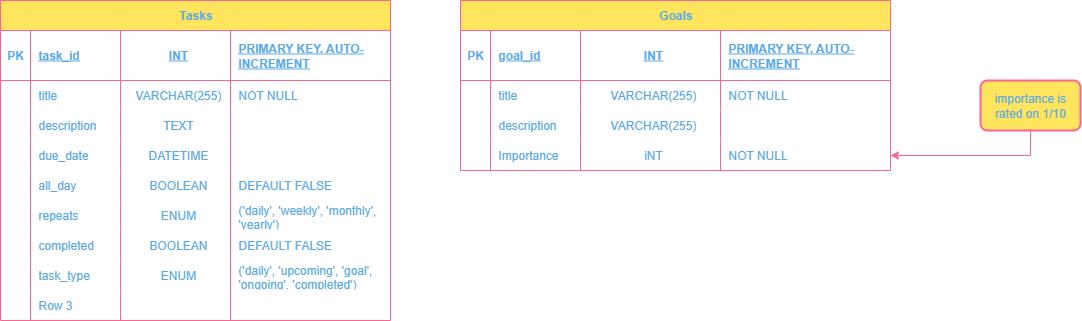
Above: database.drawio.png in EBBD88/ToDo-list-Flask (draw.io), before the change. Source tidied: cells renumbered, new cells last; positions are measured from the earlier drawing's top-left corner, leaving out a move shared by most shapes.
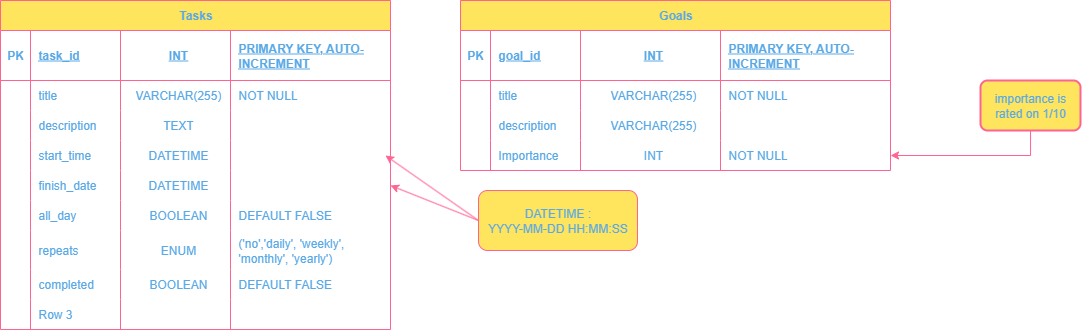
Above is the later version.

Diff of the diagram source:
```diff
@@ -3,7 +3,7 @@
     <mxCell id="0" />
     <mxCell id="1" parent="0" />
     <mxCell id="2" value="Tasks" style="shape=table;startSize=30;rowLines=0;fontStyle=1;align=center;html=1;labelBackgroundColor=none;fillColor=#FFE45E;strokeColor=#FF6392;fontColor=#5AA9E6;" parent="1" vertex="1">
-      <mxGeometry width="390" height="320" as="geometry" />
+      <mxGeometry width="390" height="329" as="geometry" />
     </mxCell>
     <mxCell id="3" style="shape=tableRow;horizontal=0;startSize=0;swimlaneHead=0;swimlaneBody=0;fillColor=none;top=0;left=0;right=0;bottom=1;labelBackgroundColor=none;strokeColor=#FF6392;fontColor=#5AA9E6;" parent="2" vertex="1">
       <mxGeometry y="30" width="390" height="50" as="geometry" />
@@ -56,7 +56,7 @@
     <mxCell id="19" style="shape=partialRectangle;fillColor=none;top=0;left=0;bottom=0;right=0;overflow=hidden;whiteSpace=wrap;html=1;labelBackgroundColor=none;strokeColor=#FF6392;fontColor=#5AA9E6;" parent="18" vertex="1">
       <mxGeometry width="30" height="30" as="geometry" />
     </mxCell>
-    <mxCell id="20" value="due_date" style="shape=partialRectangle;fillColor=none;top=0;left=0;bottom=0;right=0;align=left;spacingLeft=6;overflow=hidden;whiteSpace=wrap;html=1;labelBackgroundColor=none;strokeColor=#FF6392;fontColor=#5AA9E6;" parent="18" vertex="1">
+    <mxCell id="20" value="start_time" style="shape=partialRectangle;fillColor=none;top=0;left=0;bottom=0;right=0;align=left;spacingLeft=6;overflow=hidden;whiteSpace=wrap;html=1;labelBackgroundColor=none;strokeColor=#FF6392;fontColor=#5AA9E6;" parent="18" vertex="1">
       <mxGeometry x="30" width="90" height="30" as="geometry" />
     </mxCell>
     <mxCell id="21" value="DATETIME" style="shape=partialRectangle;fillColor=none;top=0;left=0;bottom=0;right=0;align=center;spacingLeft=6;overflow=hidden;whiteSpace=wrap;html=1;labelBackgroundColor=none;strokeColor=#FF6392;fontColor=#5AA9E6;" parent="18" vertex="1">
@@ -65,8 +65,23 @@
     <mxCell id="22" style="shape=partialRectangle;fillColor=none;top=0;left=0;bottom=0;right=0;align=left;spacingLeft=6;overflow=hidden;whiteSpace=wrap;html=1;labelBackgroundColor=none;strokeColor=#FF6392;fontColor=#5AA9E6;" parent="18" vertex="1">
       <mxGeometry x="230" width="160" height="30" as="geometry" />
     </mxCell>
+    <mxCell id="71" style="shape=tableRow;horizontal=0;startSize=0;swimlaneHead=0;swimlaneBody=0;fillColor=none;points=[[0,0.5],[1,0.5]];portConstraint=eastwest;top=0;left=0;right=0;bottom=0;labelBackgroundColor=none;strokeColor=#FF6392;fontColor=#5AA9E6;" parent="2" vertex="1">
+      <mxGeometry y="170" width="390" height="30" as="geometry" />
+    </mxCell>
+    <mxCell id="39" style="shape=partialRectangle;fillColor=none;top=0;left=0;bottom=0;right=0;overflow=hidden;whiteSpace=wrap;html=1;labelBackgroundColor=none;strokeColor=#FF6392;fontColor=#5AA9E6;" parent="71" vertex="1">
+      <mxGeometry width="30" height="30" as="geometry" />
+    </mxCell>
+    <mxCell id="72" value="finish_date" style="shape=partialRectangle;fillColor=none;top=0;left=0;bottom=0;right=0;align=left;spacingLeft=6;overflow=hidden;whiteSpace=wrap;html=1;labelBackgroundColor=none;strokeColor=#FF6392;fontColor=#5AA9E6;" parent="71" vertex="1">
+      <mxGeometry x="30" width="90" height="30" as="geometry" />
+    </mxCell>
+    <mxCell id="73" value="DATETIME" style="shape=partialRectangle;fillColor=none;top=0;left=0;bottom=0;right=0;align=center;spacingLeft=6;overflow=hidden;whiteSpace=wrap;html=1;labelBackgroundColor=none;strokeColor=#FF6392;fontColor=#5AA9E6;" parent="71" vertex="1">
+      <mxGeometry x="120" width="110" height="30" as="geometry" />
+    </mxCell>
+    <mxCell id="74" style="shape=partialRectangle;fillColor=none;top=0;left=0;bottom=0;right=0;align=left;spacingLeft=6;overflow=hidden;whiteSpace=wrap;html=1;labelBackgroundColor=none;strokeColor=#FF6392;fontColor=#5AA9E6;" parent="71" vertex="1">
+      <mxGeometry x="230" width="160" height="30" as="geometry" />
+    </mxCell>
     <mxCell id="23" style="shape=tableRow;horizontal=0;startSize=0;swimlaneHead=0;swimlaneBody=0;fillColor=none;top=0;left=0;right=0;bottom=0;labelBackgroundColor=none;strokeColor=#FF6392;fontColor=#5AA9E6;" parent="2" vertex="1">
-      <mxGeometry y="170" width="390" height="30" as="geometry" />
+      <mxGeometry y="200" width="390" height="30" as="geometry" />
     </mxCell>
     <mxCell id="24" style="shape=partialRectangle;fillColor=none;top=0;left=0;bottom=0;right=0;overflow=hidden;whiteSpace=wrap;html=1;labelBackgroundColor=none;strokeColor=#FF6392;fontColor=#5AA9E6;" parent="23" vertex="1">
       <mxGeometry width="30" height="30" as="geometry" />
@@ -81,22 +96,22 @@
       <mxGeometry x="230" width="160" height="30" as="geometry" />
     </mxCell>
     <mxCell id="28" style="shape=tableRow;horizontal=0;startSize=0;swimlaneHead=0;swimlaneBody=0;fillColor=none;top=0;left=0;right=0;bottom=0;labelBackgroundColor=none;strokeColor=#FF6392;fontColor=#5AA9E6;" parent="2" vertex="1">
-      <mxGeometry y="200" width="390" height="30" as="geometry" />
+      <mxGeometry y="230" width="390" height="39" as="geometry" />
     </mxCell>
     <mxCell id="29" style="shape=partialRectangle;fillColor=none;top=0;left=0;bottom=0;right=0;overflow=hidden;whiteSpace=wrap;html=1;labelBackgroundColor=none;strokeColor=#FF6392;fontColor=#5AA9E6;" parent="28" vertex="1">
-      <mxGeometry width="30" height="30" as="geometry" />
+      <mxGeometry width="30" height="39" as="geometry" />
     </mxCell>
     <mxCell id="30" value="repeats" style="shape=partialRectangle;fillColor=none;top=0;left=0;bottom=0;right=0;align=left;spacingLeft=6;overflow=hidden;whiteSpace=wrap;html=1;labelBackgroundColor=none;strokeColor=#FF6392;fontColor=#5AA9E6;" parent="28" vertex="1">
-      <mxGeometry x="30" width="90" height="30" as="geometry" />
+      <mxGeometry x="30" width="90" height="39" as="geometry" />
     </mxCell>
     <mxCell id="31" value="ENUM" style="shape=partialRectangle;fillColor=none;top=0;left=0;bottom=0;right=0;align=center;spacingLeft=6;overflow=hidden;whiteSpace=wrap;html=1;labelBackgroundColor=none;strokeColor=#FF6392;fontColor=#5AA9E6;" parent="28" vertex="1">
-      <mxGeometry x="120" width="110" height="30" as="geometry" />
+      <mxGeometry x="120" width="110" height="39" as="geometry" />
     </mxCell>
-    <mxCell id="32" value="('daily', 'weekly', 'monthly', 'yearly')&amp;nbsp;" style="shape=partialRectangle;fillColor=none;top=0;left=0;bottom=0;right=0;align=left;spacingLeft=6;overflow=hidden;whiteSpace=wrap;html=1;labelBackgroundColor=none;strokeColor=#FF6392;fontColor=#5AA9E6;" parent="28" vertex="1">
-      <mxGeometry x="230" width="160" height="30" as="geometry" />
+    <mxCell id="32" value="('no','daily', 'weekly', 'monthly', 'yearly')&amp;nbsp;" style="shape=partialRectangle;fillColor=none;top=0;left=0;bottom=0;right=0;align=left;spacingLeft=6;overflow=hidden;whiteSpace=wrap;html=1;labelBackgroundColor=none;strokeColor=#FF6392;fontColor=#5AA9E6;" parent="28" vertex="1">
+      <mxGeometry x="230" width="160" height="39" as="geometry" />
     </mxCell>
     <mxCell id="33" style="shape=tableRow;horizontal=0;startSize=0;swimlaneHead=0;swimlaneBody=0;fillColor=none;top=0;left=0;right=0;bottom=0;labelBackgroundColor=none;strokeColor=#FF6392;fontColor=#5AA9E6;" parent="2" vertex="1">
-      <mxGeometry y="230" width="390" height="30" as="geometry" />
+      <mxGeometry y="269" width="390" height="30" as="geometry" />
     </mxCell>
     <mxCell id="34" style="shape=partialRectangle;fillColor=none;top=0;left=0;bottom=0;right=0;overflow=hidden;whiteSpace=wrap;html=1;labelBackgroundColor=none;strokeColor=#FF6392;fontColor=#5AA9E6;" parent="33" vertex="1">
       <mxGeometry width="30" height="30" as="geometry" />
@@ -110,23 +125,8 @@
     <mxCell id="37" value="DEFAULT FALSE" style="shape=partialRectangle;fillColor=none;top=0;left=0;bottom=0;right=0;align=left;spacingLeft=6;overflow=hidden;whiteSpace=wrap;html=1;labelBackgroundColor=none;strokeColor=#FF6392;fontColor=#5AA9E6;" parent="33" vertex="1">
       <mxGeometry x="230" width="160" height="30" as="geometry" />
     </mxCell>
-    <mxCell id="38" style="shape=tableRow;horizontal=0;startSize=0;swimlaneHead=0;swimlaneBody=0;fillColor=none;top=0;left=0;right=0;bottom=0;labelBackgroundColor=none;strokeColor=#FF6392;fontColor=#5AA9E6;" parent="2" vertex="1">
-      <mxGeometry y="260" width="390" height="30" as="geometry" />
-    </mxCell>
-    <mxCell id="39" style="shape=partialRectangle;fillColor=none;top=0;left=0;bottom=0;right=0;overflow=hidden;whiteSpace=wrap;html=1;labelBackgroundColor=none;strokeColor=#FF6392;fontColor=#5AA9E6;" parent="38" vertex="1">
-      <mxGeometry width="30" height="30" as="geometry" />
-    </mxCell>
-    <mxCell id="40" value="task_type&lt;span style=&quot;white-space: pre;&quot;&gt;&#9;&lt;/span&gt;" style="shape=partialRectangle;fillColor=none;top=0;left=0;bottom=0;right=0;align=left;spacingLeft=6;overflow=hidden;whiteSpace=wrap;html=1;labelBackgroundColor=none;strokeColor=#FF6392;fontColor=#5AA9E6;" parent="38" vertex="1">
-      <mxGeometry x="30" width="90" height="30" as="geometry" />
-    </mxCell>
-    <mxCell id="41" value="ENUM" style="shape=partialRectangle;fillColor=none;top=0;left=0;bottom=0;right=0;align=center;spacingLeft=6;overflow=hidden;whiteSpace=wrap;html=1;labelBackgroundColor=none;strokeColor=#FF6392;fontColor=#5AA9E6;" parent="38" vertex="1">
-      <mxGeometry x="120" width="110" height="30" as="geometry" />
-    </mxCell>
-    <mxCell id="42" value="('daily', 'upcoming', 'goal', 'ongoing', 'completed')" style="shape=partialRectangle;fillColor=none;top=0;left=0;bottom=0;right=0;align=left;spacingLeft=6;overflow=hidden;whiteSpace=wrap;html=1;labelBackgroundColor=none;strokeColor=#FF6392;fontColor=#5AA9E6;" parent="38" vertex="1">
-      <mxGeometry x="230" width="160" height="30" as="geometry" />
-    </mxCell>
     <mxCell id="43" style="shape=tableRow;horizontal=0;startSize=0;swimlaneHead=0;swimlaneBody=0;fillColor=none;top=0;left=0;right=0;bottom=0;labelBackgroundColor=none;strokeColor=#FF6392;fontColor=#5AA9E6;" parent="2" vertex="1">
-      <mxGeometry y="290" width="390" height="30" as="geometry" />
+      <mxGeometry y="299" width="390" height="30" as="geometry" />
     </mxCell>
     <mxCell id="44" style="shape=partialRectangle;fillColor=none;top=0;left=0;bottom=0;right=0;overflow=hidden;whiteSpace=wrap;html=1;labelBackgroundColor=none;strokeColor=#FF6392;fontColor=#5AA9E6;" parent="43" vertex="1">
       <mxGeometry width="30" height="30" as="geometry" />
@@ -197,7 +197,7 @@
     <mxCell id="66" value="Importance" style="shape=partialRectangle;fillColor=none;top=0;left=0;bottom=0;right=0;align=left;spacingLeft=6;overflow=hidden;whiteSpace=wrap;html=1;labelBackgroundColor=none;strokeColor=#FF6392;fontColor=#5AA9E6;" parent="64" vertex="1">
       <mxGeometry x="30" width="90" height="30" as="geometry" />
     </mxCell>
-    <mxCell id="67" value="iNT" style="shape=partialRectangle;fillColor=none;top=0;left=0;bottom=0;right=0;align=center;spacingLeft=6;overflow=hidden;whiteSpace=wrap;html=1;labelBackgroundColor=none;strokeColor=#FF6392;fontColor=#5AA9E6;" parent="64" vertex="1">
+    <mxCell id="67" value="INT" style="shape=partialRectangle;fillColor=none;top=0;left=0;bottom=0;right=0;align=center;spacingLeft=6;overflow=hidden;whiteSpace=wrap;html=1;labelBackgroundColor=none;strokeColor=#FF6392;fontColor=#5AA9E6;" parent="64" vertex="1">
       <mxGeometry x="120" width="140" height="30" as="geometry" />
     </mxCell>
     <mxCell id="68" value="NOT NULL" style="shape=partialRectangle;fillColor=none;top=0;left=0;bottom=0;right=0;align=left;spacingLeft=6;overflow=hidden;whiteSpace=wrap;html=1;labelBackgroundColor=none;strokeColor=#FF6392;fontColor=#5AA9E6;" parent="64" vertex="1">
@@ -209,5 +209,16 @@
     <mxCell id="70" value="importance is rated on 1/10" style="rounded=1;whiteSpace=wrap;html=1;absoluteArcSize=1;arcSize=14;strokeWidth=2;labelBackgroundColor=none;fillColor=#FFE45E;strokeColor=#FF6392;fontColor=#5AA9E6;" parent="1" vertex="1">
       <mxGeometry x="980" y="80" width="100" height="50" as="geometry" />
     </mxCell>
+    <mxCell id="75" style="rounded=0;jettySize=auto;html=1;entryX=1;entryY=0.5;entryDx=0;entryDy=0;strokeColor=#FF6392;fontColor=#5AA9E6;fillColor=#FFE45E;exitX=0;exitY=0.5;exitDx=0;exitDy=0;" parent="1" edge="1" source="77">
+      <mxGeometry relative="1" as="geometry">
+        <mxPoint x="385" y="155" as="targetPoint" />
+      </mxGeometry>
+    </mxCell>
+    <mxCell id="76" style="rounded=0;jettySize=auto;html=1;entryX=1;entryY=0.5;entryDx=0;entryDy=0;strokeColor=#FF6392;fontColor=#5AA9E6;fillColor=#FFE45E;exitX=0;exitY=0.5;exitDx=0;exitDy=0;" parent="1" edge="1" source="77" target="71">
+      <mxGeometry relative="1" as="geometry" />
+    </mxCell>
+    <mxCell id="77" value="DATETIME :&lt;div&gt;YYYY-MM-DD HH:MM:SS&lt;/div&gt;" style="rounded=1;whiteSpace=wrap;html=1;strokeColor=#FF6392;fontColor=#5AA9E6;fillColor=#FFE45E;" parent="1" vertex="1">
+      <mxGeometry x="478" y="190" width="159" height="60" as="geometry" />
+    </mxCell>
   </root>
 </mxGraphModel>
```
